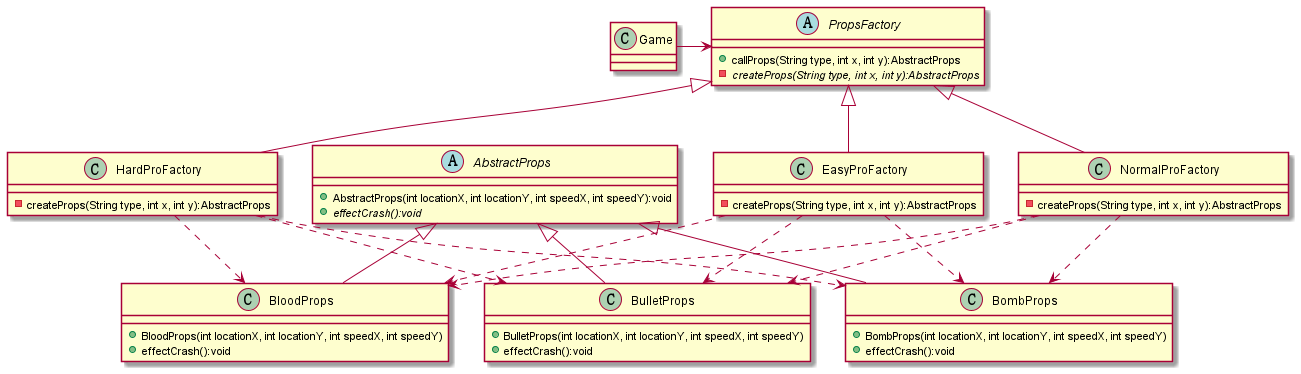
Before: exp1/AircraftWar-base/out/uml/PropsFactory/PropsFactory.png, a diagram exported from PlantUML (Wu-Fisher/oop_exp_java).
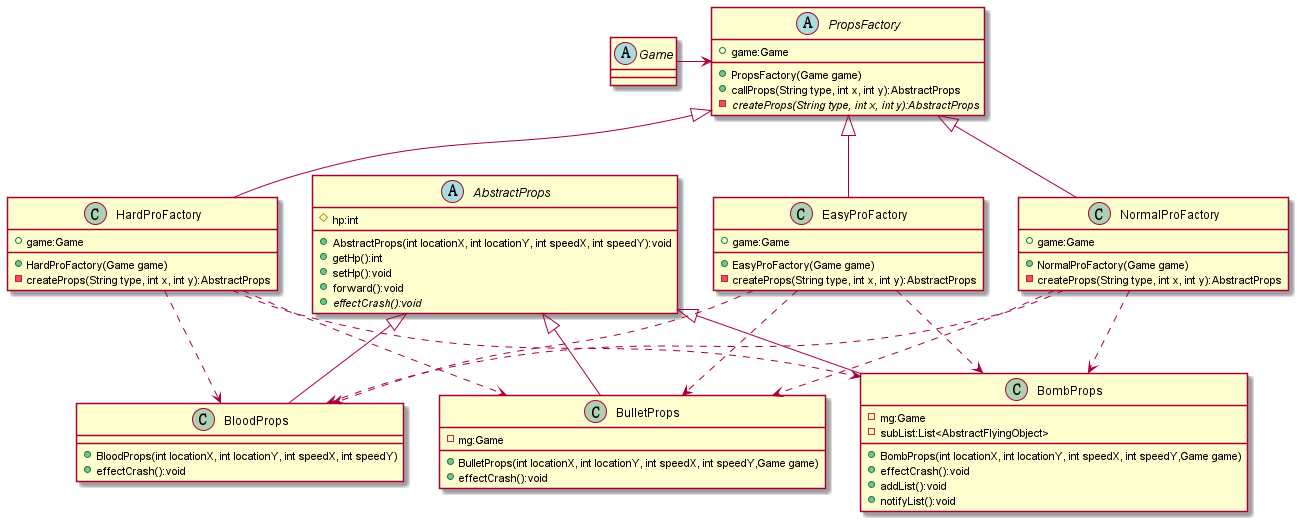
Above is the later version.

What changed in the source:
```diff
@@ -1,21 +1,29 @@
 @startuml
-class Game{
+abstract class  Game{
 
 }
 
 abstract PropsFactory{
+    + game:Game
+    + PropsFactory(Game game)
     + callProps(String type, int x, int y):AbstractProps
     - {abstract} createProps(String type, int x, int y):AbstractProps
 
 }
 
 class EasyProFactory{
++ game:Game
+    + EasyProFactory(Game game)
     - createProps(String type, int x, int y):AbstractProps
 }
 class NormalProFactory {
++ game:Game
+    + NormalProFactory(Game game)
     - createProps(String type, int x, int y):AbstractProps
 }
 class HardProFactory {
++ game:Game
+    + HardProFactory(Game game)
     - createProps(String type, int x, int y):AbstractProps
 }
 
@@ -44,26 +52,35 @@
 
 
 abstract class AbstractProps{
+    # hp:int
     + AbstractProps(int locationX, int locationY, int speedX, int speedY):void
+    + getHp():int
+    + setHp():void
+    + forward():void
     +{abstract}effectCrash():void
 }
 
 class BloodProps
 {
-    + BloodProps(int locationX, int locationY, int speedX, int speedY)
-    + effectCrash():void
++ BloodProps(int locationX, int locationY, int speedX, int speedY)
++ effectCrash():void
 }
 
 class BulletProps
 {
-    + BulletProps(int locationX, int locationY, int speedX, int speedY)
-    + effectCrash():void
+- mg:Game
++ BulletProps(int locationX, int locationY, int speedX, int speedY,Game game)
++ effectCrash():void
 }
 
 class BombProps
 {
-    + BombProps(int locationX, int locationY, int speedX, int speedY)
-    + effectCrash():void
+- mg:Game
+- subList:List<AbstractFlyingObject>
++ BombProps(int locationX, int locationY, int speedX, int speedY,Game game)
++ effectCrash():void
++ addList():void
++ notifyList():void
 }
 
 
```
